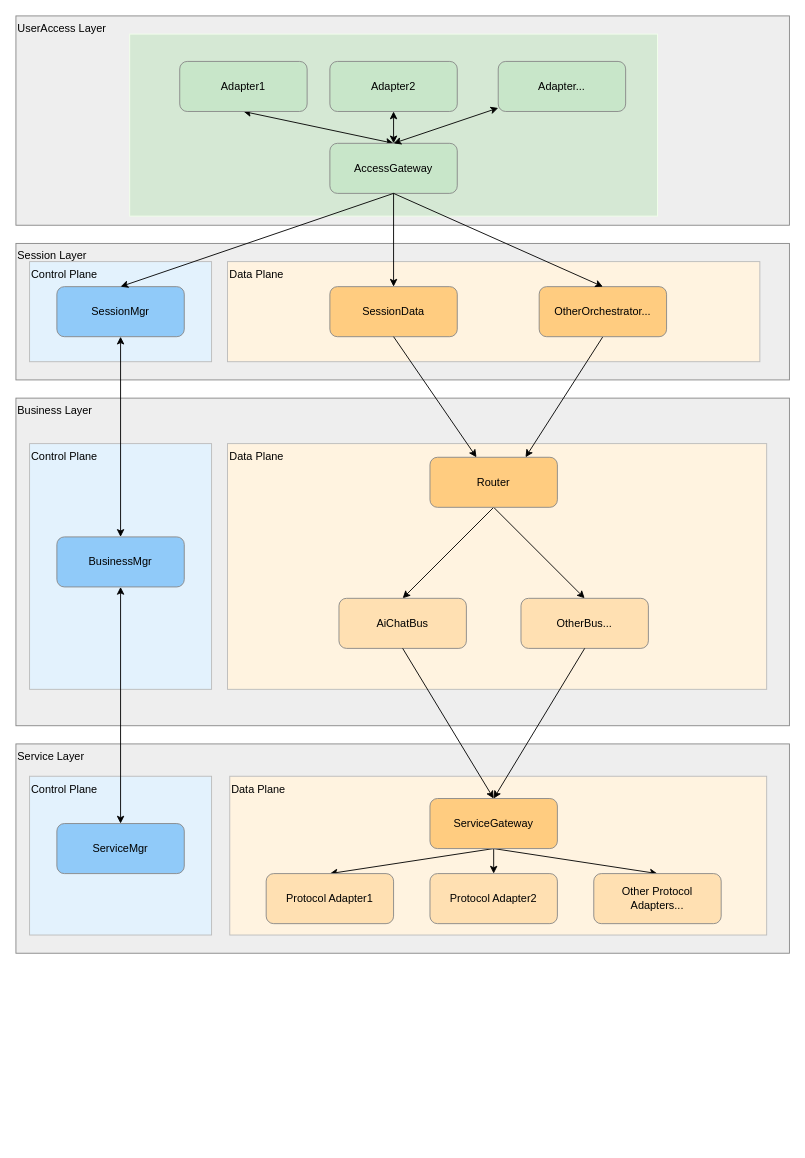
Earlier version of the draw.io diagram docs/architecture.drawio (yun-qilong/flow_hub). Source tidied: cells renumbered, new cells numbered last; positions are measured from the earlier drawing's top-left corner, leaving out a move shared by most shapes. Both pictures are drawn from the tidied source at 91%, with x=0, y=0 at pixel (15, 15).
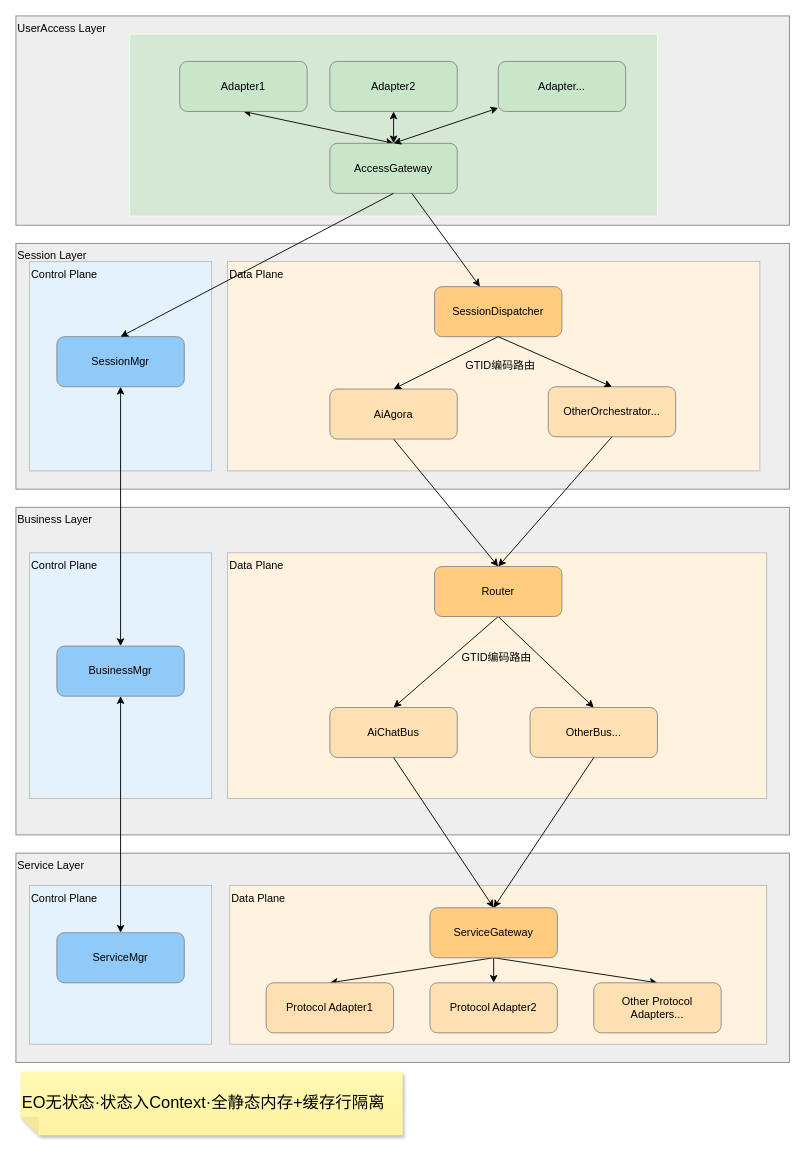
The same diagram, later.

The change refers to these unchanged cells:
```xml
<mxCell id="8" value="AccessGateway" style="rounded=1;whiteSpace=wrap;html=1;fillColor=#C8E6C9;strokeColor=#888888;fontSize=12;" parent="1" vertex="1">
  <mxGeometry x="345" y="140" width="140" height="55" as="geometry" />
</mxCell>
```

Change to the diagram source:
```diff
@@
     <mxCell id="9" value="Session Layer" style="rounded=0;whiteSpace=wrap;html=1;fillColor=#EEEEEE;strokeColor=#888888;fontSize=12;verticalAlign=top;align=left;" parent="1" vertex="1">
-      <mxGeometry y="250" width="850" height="150" as="geometry" />
+      <mxGeometry y="250" width="850" height="270" as="geometry" />
     </mxCell>
     <mxCell id="10" value="&lt;span style=&quot;color: rgb(0, 0, 0);&quot;&gt;Control Plane&lt;/span&gt;" style="rounded=0;whiteSpace=wrap;html=1;fillColor=#E3F2FD;strokeColor=#BBBBBB;fontSize=12;align=left;verticalAlign=top;" parent="1" vertex="1">
-      <mxGeometry x="15" y="270" width="200" height="110" as="geometry" />
+      <mxGeometry x="15" y="270" width="200" height="230" as="geometry" />
     </mxCell>
     <mxCell id="11" value="SessionMgr" style="rounded=1;whiteSpace=wrap;html=1;fillColor=#90CAF9;strokeColor=#888888;fontSize=12;" parent="1" vertex="1">
-      <mxGeometry x="45" y="297.5" width="140" height="55" as="geometry" />
+      <mxGeometry x="45" y="352.5" width="140" height="55" as="geometry" />
     </mxCell>
     <mxCell id="12" value="Data Plane" style="rounded=0;whiteSpace=wrap;html=1;fillColor=#FFF3E0;strokeColor=#BBBBBB;fontSize=12;align=left;verticalAlign=top;" parent="1" vertex="1">
-      <mxGeometry x="232.5" y="270" width="585" height="110" as="geometry" />
+      <mxGeometry x="232.5" y="270" width="585" height="230" as="geometry" />
     </mxCell>
-    <mxCell id="13" value="SessionData" style="rounded=1;whiteSpace=wrap;html=1;fillColor=#FFCC80;strokeColor=#888888;fontSize=12;" parent="1" vertex="1">
-      <mxGeometry x="345" y="297.5" width="140" height="55" as="geometry" />
+    <mxCell id="13" value="SessionDispatcher" style="rounded=1;whiteSpace=wrap;html=1;fillColor=#FFCC80;strokeColor=#888888;fontSize=12;" parent="1" vertex="1">
+      <mxGeometry x="460" y="297.5" width="140" height="55" as="geometry" />
     </mxCell>
     <mxCell id="14" value="Business Layer" style="rounded=0;whiteSpace=wrap;html=1;fillColor=#EEEEEE;strokeColor=#888888;fontSize=12;verticalAlign=top;align=left;" parent="1" vertex="1">
-      <mxGeometry y="420" width="850" height="360" as="geometry" />
+      <mxGeometry y="540" width="850" height="360" as="geometry" />
     </mxCell>
     <mxCell id="15" value="Control Plane" style="rounded=0;whiteSpace=wrap;html=1;fillColor=#E3F2FD;strokeColor=#BBBBBB;fontSize=12;verticalAlign=top;align=left;" parent="1" vertex="1">
-      <mxGeometry x="15" y="470" width="200" height="270" as="geometry" />
+      <mxGeometry x="15" y="590" width="200" height="270" as="geometry" />
     </mxCell>
     <mxCell id="16" value="BusinessMgr" style="rounded=1;whiteSpace=wrap;html=1;fillColor=#90CAF9;strokeColor=#888888;fontSize=12;" parent="1" vertex="1">
-      <mxGeometry x="45" y="572.5" width="140" height="55" as="geometry" />
+      <mxGeometry x="45" y="692.5" width="140" height="55" as="geometry" />
     </mxCell>
     <mxCell id="17" value="Data Plane" style="rounded=0;whiteSpace=wrap;html=1;fillColor=#FFF3E0;strokeColor=#BBBBBB;fontSize=12;verticalAlign=top;align=left;" parent="1" vertex="1">
-      <mxGeometry x="232.5" y="470" width="592.5" height="270" as="geometry" />
+      <mxGeometry x="232.5" y="590" width="592.5" height="270" as="geometry" />
     </mxCell>
@@
     <mxCell id="21" value="Router" style="rounded=1;whiteSpace=wrap;html=1;fillColor=#FFCC80;strokeColor=#888888;fontSize=12;" parent="1" vertex="1">
-      <mxGeometry x="455" y="485" width="140" height="55" as="geometry" />
+      <mxGeometry x="460" y="605" width="140" height="55" as="geometry" />
     </mxCell>
     <mxCell id="22" value="AiChatBus" style="rounded=1;whiteSpace=wrap;html=1;fillColor=#FFE0B2;strokeColor=#888888;fontSize=12;" parent="1" vertex="1">
-      <mxGeometry x="355" y="640" width="140" height="55" as="geometry" />
+      <mxGeometry x="345" y="760" width="140" height="55" as="geometry" />
     </mxCell>
     <mxCell id="23" value="OtherBus..." style="rounded=1;whiteSpace=wrap;html=1;fillColor=#FFE0B2;strokeColor=#888888;fontSize=12;" parent="1" vertex="1">
-      <mxGeometry x="555" y="640" width="140" height="55" as="geometry" />
+      <mxGeometry x="565" y="760" width="140" height="55" as="geometry" />
     </mxCell>
     <mxCell id="24" value="Service Layer" style="rounded=0;whiteSpace=wrap;html=1;fillColor=#EEEEEE;strokeColor=#888888;fontSize=12;align=left;verticalAlign=top;" parent="1" vertex="1">
-      <mxGeometry y="800" width="850" height="230" as="geometry" />
+      <mxGeometry y="920" width="850" height="230" as="geometry" />
     </mxCell>
     <mxCell id="25" value="&lt;span style=&quot;color: rgb(0, 0, 0);&quot;&gt;Control Plane&lt;/span&gt;" style="rounded=0;whiteSpace=wrap;html=1;fillColor=#E3F2FD;strokeColor=#BBBBBB;fontSize=12;verticalAlign=top;align=left;" parent="1" vertex="1">
-      <mxGeometry x="15" y="835.5" width="200" height="174.5" as="geometry" />
+      <mxGeometry x="15" y="955.5" width="200" height="174.5" as="geometry" />
     </mxCell>
     <mxCell id="26" value="ServiceMgr" style="rounded=1;whiteSpace=wrap;html=1;fillColor=#90CAF9;strokeColor=#888888;fontSize=12;" parent="1" vertex="1">
-      <mxGeometry x="45" y="887.5" width="140" height="55" as="geometry" />
+      <mxGeometry x="45" y="1007.5" width="140" height="55" as="geometry" />
     </mxCell>
     <mxCell id="27" value="Data Plane" style="rounded=0;whiteSpace=wrap;html=1;fillColor=#FFF3E0;strokeColor=#BBBBBB;fontSize=12;verticalAlign=top;align=left;" parent="1" vertex="1">
-      <mxGeometry x="235" y="835.5" width="590" height="174.5" as="geometry" />
+      <mxGeometry x="235" y="955.5" width="590" height="174.5" as="geometry" />
     </mxCell>
@@
     <mxCell id="31" value="ServiceGateway" style="rounded=1;whiteSpace=wrap;html=1;fillColor=#FFCC80;strokeColor=#888888;fontSize=12;" parent="1" vertex="1">
-      <mxGeometry x="455" y="860" width="140" height="55" as="geometry" />
+      <mxGeometry x="455" y="980" width="140" height="55" as="geometry" />
     </mxCell>
     <mxCell id="32" value="Protocol Adapter1" style="rounded=1;whiteSpace=wrap;html=1;fillColor=#FFE0B2;strokeColor=#888888;fontSize=12;" parent="1" vertex="1">
-      <mxGeometry x="275" y="942.5" width="140" height="55" as="geometry" />
+      <mxGeometry x="275" y="1062.5" width="140" height="55" as="geometry" />
     </mxCell>
@@
-    <mxCell id="35" style="edgeStyle=none;html=1;exitX=0.5;exitY=1;exitDx=0;exitDy=0;entryX=0.75;entryY=0;entryDx=0;entryDy=0;" parent="1" edge="1" source="36" target="21">
+    <mxCell id="35" style="edgeStyle=none;html=1;exitX=0.5;exitY=1;exitDx=0;exitDy=0;entryX=0.5;entryY=0;entryDx=0;entryDy=0;" parent="1" edge="1" source="36" target="21">
       <mxGeometry relative="1" as="geometry" />
     </mxCell>
-    <mxCell id="36" value="OtherOrchestrator..." style="rounded=1;whiteSpace=wrap;html=1;fillColor=#FFCC80;strokeColor=#888888;fontSize=12;" parent="1" vertex="1">
-      <mxGeometry x="575" y="297.5" width="140" height="55" as="geometry" />
+    <mxCell id="36" value="AiAgora" style="rounded=1;whiteSpace=wrap;html=1;fillColor=#FFE0B2;strokeColor=#888888;fontSize=12;" parent="1" vertex="1">
+      <mxGeometry x="345" y="410" width="140" height="55" as="geometry" />
     </mxCell>
@@
-    <mxCell id="39" style="edgeStyle=none;html=1;exitX=0.5;exitY=1;exitDx=0;exitDy=0;entryX=0.5;entryY=0;entryDx=0;entryDy=0;" parent="1" edge="1" source="8" target="36">
-      <mxGeometry relative="1" as="geometry" />
-    </mxCell>
-    <mxCell id="40" style="edgeStyle=none;html=1;exitX=0.5;exitY=1;exitDx=0;exitDy=0;" parent="1" edge="1" source="13" target="21">
-      <mxGeometry relative="1" as="geometry" />
-    </mxCell>
@@
     <mxCell id="42" value="Protocol Adapter2" style="rounded=1;whiteSpace=wrap;html=1;fillColor=#FFE0B2;strokeColor=#888888;fontSize=12;" parent="1" vertex="1">
-      <mxGeometry x="455" y="942.5" width="140" height="55" as="geometry" />
+      <mxGeometry x="455" y="1062.5" width="140" height="55" as="geometry" />
     </mxCell>
     <mxCell id="43" value="Other Protocol Adapters..." style="rounded=1;whiteSpace=wrap;html=1;fillColor=#FFE0B2;strokeColor=#888888;fontSize=12;" parent="1" vertex="1">
-      <mxGeometry x="635" y="942.5" width="140" height="55" as="geometry" />
+      <mxGeometry x="635" y="1062.5" width="140" height="55" as="geometry" />
     </mxCell>
@@
     <mxCell id="47" style="edgeStyle=none;html=1;exitX=0.5;exitY=1;exitDx=0;exitDy=0;" parent="1" edge="1" source="23">
       <mxGeometry relative="1" as="geometry">
-        <mxPoint x="525" y="860" as="targetPoint" />
+        <mxPoint x="525" y="980" as="targetPoint" />
       </mxGeometry>
     </mxCell>
+    <mxCell id="48" value="OtherOrchestrator..." style="rounded=1;whiteSpace=wrap;html=1;fillColor=#FFE0B2;strokeColor=#888888;fontSize=12;" parent="1" vertex="1">
+      <mxGeometry x="585" y="407.5" width="140" height="55" as="geometry" />
+    </mxCell>
+    <mxCell id="49" style="edgeStyle=none;html=1;exitX=0.5;exitY=1;exitDx=0;exitDy=0;entryX=0.5;entryY=0;entryDx=0;entryDy=0;" parent="1" edge="1" source="48" target="21">
+      <mxGeometry relative="1" as="geometry" />
+    </mxCell>
+    <mxCell id="50" style="edgeStyle=none;html=1;entryX=0.5;entryY=0;entryDx=0;entryDy=0;exitX=0.5;exitY=1;exitDx=0;exitDy=0;" parent="1" edge="1" source="13" target="48">
+      <mxGeometry relative="1" as="geometry" />
+    </mxCell>
+    <mxCell id="51" style="edgeStyle=none;html=1;entryX=0.5;entryY=0;entryDx=0;entryDy=0;exitX=0.5;exitY=1;exitDx=0;exitDy=0;" parent="1" edge="1" source="13" target="36">
+      <mxGeometry relative="1" as="geometry" />
+    </mxCell>
+    <mxCell id="52" value="GTID编码路由" style="text;strokeColor=none;align=center;fillColor=none;html=1;verticalAlign=middle;whiteSpace=wrap;rounded=0;" parent="1" vertex="1">
+      <mxGeometry x="480" y="370" width="105" height="30" as="geometry" />
+    </mxCell>
+    <mxCell id="53" value="GTID编码路由" style="text;strokeColor=none;align=center;fillColor=none;html=1;verticalAlign=middle;whiteSpace=wrap;rounded=0;" parent="1" vertex="1">
+      <mxGeometry x="476.2" y="690" width="105" height="30" as="geometry" />
+    </mxCell>
+    <mxCell id="54" value="&lt;span style=&quot;font-size: 18px;&quot;&gt;EO无状态·状态入Context·全静态内存+缓存行隔离&lt;/span&gt;" style="shape=note;whiteSpace=wrap;html=1;backgroundOutline=1;fontColor=#000000;darkOpacity=0.05;fillColor=#FFF9B2;strokeColor=none;fillStyle=solid;direction=west;gradientDirection=north;gradientColor=#FFF2A1;shadow=1;size=20;align=left;" parent="1" vertex="1">
+      <mxGeometry x="5" y="1160" width="420" height="70" as="geometry" />
+    </mxCell>
```
